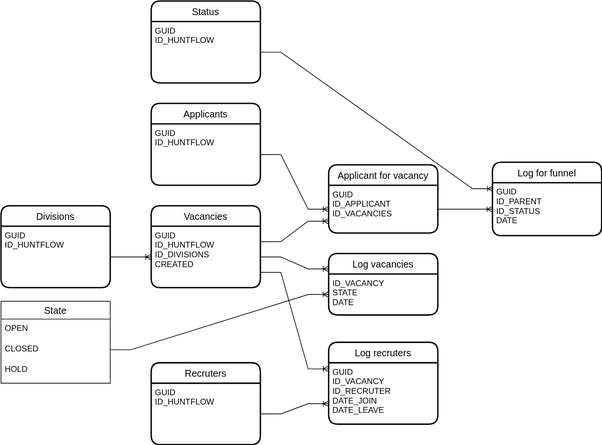
Earlier version of the draw.io export er.drawio.svg (Rikanda/for_admitad). Source tidied: cells renumbered, new cells last; positions are measured from the earlier drawing's top-left corner, leaving out a move shared by most shapes.
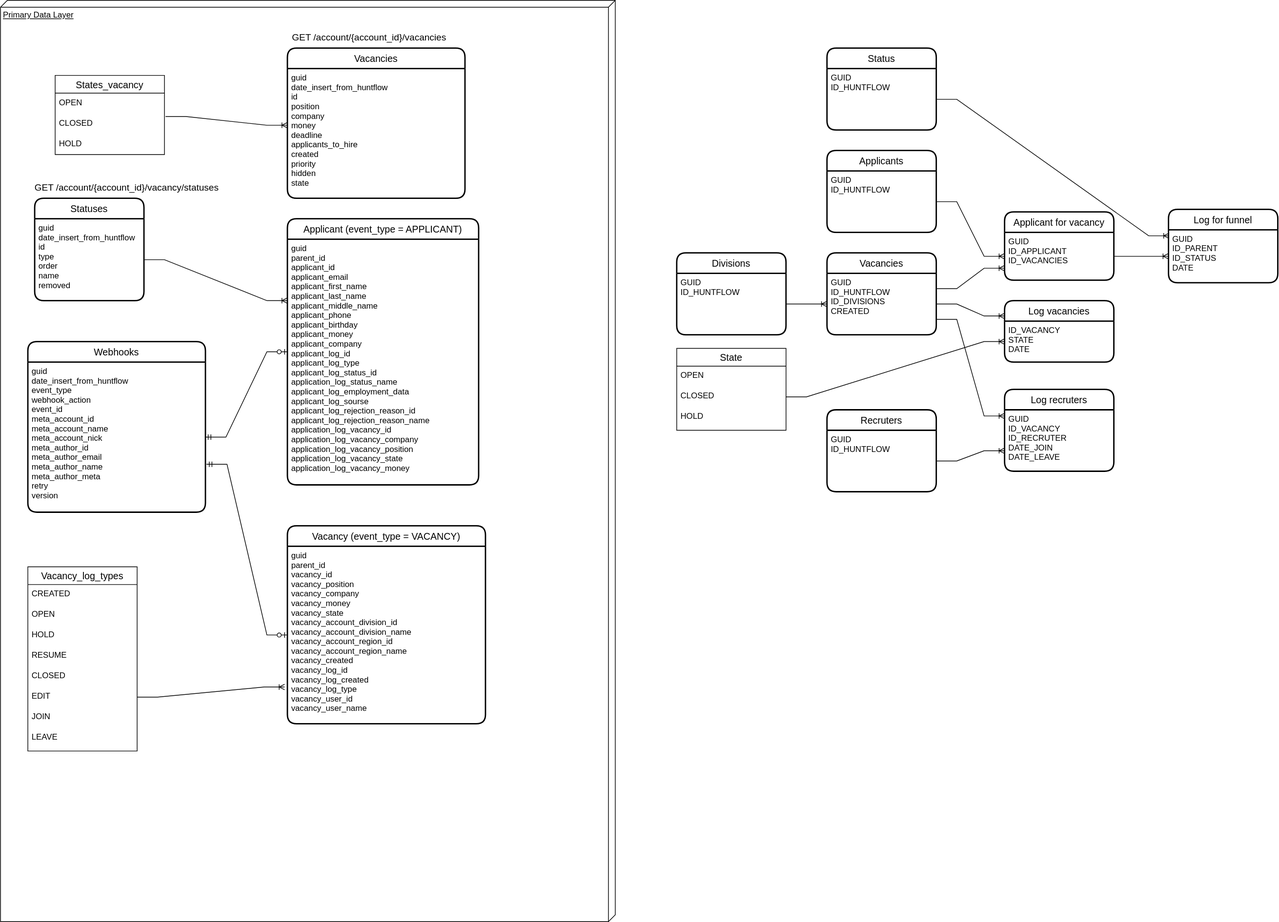
After the change.

What changed in the source:
```diff
@@ -97,5 +97,100 @@
     <mxCell id="32" style="edgeStyle=entityRelationEdgeStyle;fontSize=12;html=1;endArrow=ERoneToMany;rounded=0;exitX=1;exitY=0.5;exitDx=0;exitDy=0;entryX=0;entryY=0.5;entryDx=0;entryDy=0;" parent="1" edge="1" source="9" target="5">
       <mxGeometry relative="1" as="geometry" />
     </mxCell>
+    <mxCell id="33" value="Primary Data Layer" style="verticalAlign=top;align=left;spacingTop=8;spacingLeft=2;spacingRight=12;shape=cube;size=10;direction=south;fontStyle=4;html=1;" parent="1" vertex="1">
+      <mxGeometry x="-990" y="-70" width="900" height="1350" as="geometry" />
+    </mxCell>
+    <mxCell id="34" value="Vacancies" style="swimlane;horizontal=1;startSize=30;rounded=1;fontSize=14;fontStyle=0;strokeWidth=2;shadow=0;dashed=0;align=center;" parent="1" vertex="1">
+      <mxGeometry x="-570" width="260" height="220" as="geometry" />
+    </mxCell>
+    <mxCell id="35" value="guid&#10;date_insert_from_huntflow&#10;id&#10;position&#10;company&#10;money&#10;deadline&#10;applicants_to_hire&#10;created&#10;priority&#10;hidden&#10;state&#10;&#10;" style="align=left;strokeColor=none;fillColor=none;spacingLeft=4;fontSize=12;verticalAlign=top;" parent="34" vertex="1">
+      <mxGeometry y="30" width="260" height="190" as="geometry" />
+    </mxCell>
+    <mxCell id="36" value="Webhooks" style="swimlane;horizontal=1;startSize=30;rounded=1;fontSize=14;fontStyle=0;strokeWidth=2;shadow=0;dashed=0;align=center;" parent="1" vertex="1">
+      <mxGeometry x="-950" y="430" width="260" height="250" as="geometry" />
+    </mxCell>
+    <mxCell id="37" value="guid&#10;date_insert_from_huntflow&#10;event_type&#10;webhook_action&#10;event_id&#10;meta_account_id&#10;meta_account_name&#10;meta_account_nick&#10;meta_author_id&#10;meta_author_email&#10;meta_author_name&#10;meta_author_meta&#10;retry&#10;version&#10;&#10;&#10;" style="align=left;strokeColor=none;fillColor=none;spacingLeft=4;fontSize=12;verticalAlign=top;" parent="36" vertex="1">
+      <mxGeometry y="30" width="260" height="220" as="geometry" />
+    </mxCell>
+    <mxCell id="38" value="Applicant (event_type = APPLICANT)" style="swimlane;horizontal=1;startSize=30;rounded=1;fontSize=14;fontStyle=0;strokeWidth=2;shadow=0;dashed=0;align=center;" parent="1" vertex="1">
+      <mxGeometry x="-570" y="250" width="280" height="390" as="geometry" />
+    </mxCell>
+    <mxCell id="39" value="guid&#10;parent_id&#10;applicant_id&#10;applicant_email&#10;applicant_first_name&#10;applicant_last_name&#10;applicant_middle_name&#10;applicant_phone&#10;applicant_birthday&#10;applicant_money&#10;applicant_company&#10;applicant_log_id&#10;applicant_log_type&#10;applicant_log_status_id&#10;application_log_status_name&#10;applicant_log_employment_data&#10;applicant_log_sourse&#10;applicant_log_rejection_reason_id&#10;applicant_log_rejection_reason_name&#10;application_log_vacancy_id&#10;application_log_vacancy_company&#10;application_log_vacancy_position&#10;application_log_vacancy_state&#10;application_log_vacancy_money&#10;" style="align=left;strokeColor=none;fillColor=none;spacingLeft=4;fontSize=12;verticalAlign=top;" parent="38" vertex="1">
+      <mxGeometry y="30" width="280" height="360" as="geometry" />
+    </mxCell>
+    <mxCell id="40" style="edgeStyle=entityRelationEdgeStyle;fontSize=12;html=1;endArrow=ERzeroToOne;startArrow=ERmandOne;rounded=0;entryX=0;entryY=0.5;entryDx=0;entryDy=0;" parent="1" edge="1" source="37" target="38">
+      <mxGeometry relative="1" as="geometry" />
+    </mxCell>
+    <mxCell id="41" value="Vacancy (event_type = VACANCY)" style="swimlane;horizontal=1;startSize=30;rounded=1;fontSize=14;fontStyle=0;strokeWidth=2;shadow=0;dashed=0;align=center;" parent="1" vertex="1">
+      <mxGeometry x="-570" y="700" width="290" height="290" as="geometry" />
+    </mxCell>
+    <mxCell id="42" value="guid&#10;parent_id&#10;vacancy_id&#10;vacancy_position&#10;vacancy_company&#10;vacancy_money&#10;vacancy_state&#10;vacancy_account_division_id&#10;vacancy_account_division_name&#10;vacancy_account_region_id&#10;vacancy_account_region_name&#10;vacancy_created&#10;vacancy_log_id&#10;vacancy_log_created&#10;vacancy_log_type&#10;vacancy_user_id&#10;vacancy_user_name" style="align=left;strokeColor=none;fillColor=none;spacingLeft=4;fontSize=12;verticalAlign=top;" parent="41" vertex="1">
+      <mxGeometry y="30" width="290" height="260" as="geometry" />
+    </mxCell>
+    <mxCell id="43" style="edgeStyle=entityRelationEdgeStyle;fontSize=12;html=1;endArrow=ERzeroToOne;startArrow=ERmandOne;rounded=0;exitX=1.006;exitY=0.681;exitDx=0;exitDy=0;exitPerimeter=0;" parent="1" edge="1" source="37" target="42">
+      <mxGeometry relative="1" as="geometry" />
+    </mxCell>
+    <mxCell id="44" value="Vacancy_log_types" style="swimlane;fontStyle=0;horizontal=1;startSize=26;align=center;fontSize=14;" parent="1" vertex="1">
+      <mxGeometry x="-950" y="760" width="160" height="270" as="geometry" />
+    </mxCell>
+    <mxCell id="45" value="CREATED" style="text;strokeColor=none;fillColor=none;spacingLeft=4;spacingRight=4;overflow=hidden;fontSize=12;" parent="44" vertex="1">
+      <mxGeometry y="26" width="160" height="30" as="geometry" />
+    </mxCell>
+    <mxCell id="46" value="OPEN" style="text;strokeColor=none;fillColor=none;spacingLeft=4;spacingRight=4;overflow=hidden;fontSize=12;" parent="44" vertex="1">
+      <mxGeometry y="56" width="160" height="30" as="geometry" />
+    </mxCell>
+    <mxCell id="47" value="HOLD" style="text;strokeColor=none;fillColor=none;spacingLeft=4;spacingRight=4;overflow=hidden;fontSize=12;" parent="44" vertex="1">
+      <mxGeometry y="86" width="160" height="30" as="geometry" />
+    </mxCell>
+    <mxCell id="48" value="RESUME" style="text;strokeColor=none;fillColor=none;spacingLeft=4;spacingRight=4;overflow=hidden;fontSize=12;" parent="44" vertex="1">
+      <mxGeometry y="116" width="160" height="30" as="geometry" />
+    </mxCell>
+    <mxCell id="49" value="CLOSED" style="text;strokeColor=none;fillColor=none;spacingLeft=4;spacingRight=4;overflow=hidden;fontSize=12;" parent="44" vertex="1">
+      <mxGeometry y="146" width="160" height="30" as="geometry" />
+    </mxCell>
+    <mxCell id="50" value="EDIT" style="text;strokeColor=none;fillColor=none;spacingLeft=4;spacingRight=4;overflow=hidden;points=[[0,0.5],[1,0.5]];portConstraint=eastwest;fontSize=12;" parent="44" vertex="1">
+      <mxGeometry y="176" width="160" height="30" as="geometry" />
+    </mxCell>
+    <mxCell id="51" value="JOIN" style="text;strokeColor=none;fillColor=none;spacingLeft=4;spacingRight=4;overflow=hidden;fontSize=12;" parent="44" vertex="1">
+      <mxGeometry y="206" width="160" height="30" as="geometry" />
+    </mxCell>
+    <mxCell id="52" value="LEAVE" style="text;strokeColor=none;fillColor=none;spacingLeft=4;spacingRight=4;overflow=hidden;fontSize=12;" parent="44" vertex="1">
+      <mxGeometry y="236" width="160" height="34" as="geometry" />
+    </mxCell>
+    <mxCell id="53" style="edgeStyle=entityRelationEdgeStyle;fontSize=12;html=1;endArrow=ERoneToMany;rounded=0;exitX=1;exitY=0.5;exitDx=0;exitDy=0;entryX=-0.014;entryY=0.793;entryDx=0;entryDy=0;entryPerimeter=0;" parent="1" edge="1" source="50" target="42">
+      <mxGeometry relative="1" as="geometry" />
+    </mxCell>
+    <mxCell id="54" value="Statuses" style="swimlane;horizontal=1;startSize=30;rounded=1;fontSize=14;fontStyle=0;strokeWidth=2;shadow=0;dashed=0;align=center;" parent="1" vertex="1">
+      <mxGeometry x="-940" y="220" width="160" height="150" as="geometry" />
+    </mxCell>
+    <mxCell id="55" value="guid&#10;date_insert_from_huntflow&#10;id&#10;type&#10;order&#10;name&#10;removed" style="align=left;strokeColor=none;fillColor=none;spacingLeft=4;fontSize=12;verticalAlign=top;" parent="54" vertex="1">
+      <mxGeometry y="30" width="160" height="120" as="geometry" />
+    </mxCell>
+    <mxCell id="56" value="&lt;span style=&quot;font-size: 13.6px ; background-color: rgb(255 , 255 , 255)&quot;&gt;GET /account/{account_id}/vacancy/statuses&lt;/span&gt;" style="text;html=1;strokeColor=none;fillColor=none;align=center;verticalAlign=middle;whiteSpace=wrap;rounded=0;" parent="1" vertex="1">
+      <mxGeometry x="-980" y="190" width="350" height="30" as="geometry" />
+    </mxCell>
+    <mxCell id="57" style="edgeStyle=entityRelationEdgeStyle;fontSize=12;html=1;endArrow=ERoneToMany;rounded=0;exitX=1;exitY=0.5;exitDx=0;exitDy=0;entryX=0;entryY=0.25;entryDx=0;entryDy=0;" parent="1" edge="1" source="55" target="39">
+      <mxGeometry relative="1" as="geometry" />
+    </mxCell>
+    <mxCell id="58" value="&lt;span style=&quot;font-family: , , &amp;#34;sf mono&amp;#34; , &amp;#34;menlo&amp;#34; , &amp;#34;consolas&amp;#34; , &amp;#34;liberation mono&amp;#34; , monospace ; font-size: 13.6px ; background-color: rgb(255 , 255 , 255)&quot;&gt;GET /account/{account_id}/vacancies&lt;/span&gt;" style="text;html=1;strokeColor=none;fillColor=none;align=center;verticalAlign=middle;whiteSpace=wrap;rounded=0;labelBackgroundColor=#FFFFFF;fontColor=#000000;" parent="1" vertex="1">
+      <mxGeometry x="-575" y="-30" width="250" height="30" as="geometry" />
+    </mxCell>
+    <mxCell id="59" value="States_vacancy" style="swimlane;fontStyle=0;horizontal=1;startSize=26;align=center;fontSize=14;labelBackgroundColor=#FFFFFF;fontColor=#000000;" parent="1" vertex="1">
+      <mxGeometry x="-910" y="40" width="160" height="116" as="geometry" />
+    </mxCell>
+    <mxCell id="60" value="OPEN" style="text;strokeColor=none;fillColor=none;spacingLeft=4;spacingRight=4;overflow=hidden;fontSize=12;labelBackgroundColor=#FFFFFF;fontColor=#000000;" parent="59" vertex="1">
+      <mxGeometry y="26" width="160" height="30" as="geometry" />
+    </mxCell>
+    <mxCell id="61" value="CLOSED" style="text;strokeColor=none;fillColor=none;spacingLeft=4;spacingRight=4;overflow=hidden;points=[[0,0.5],[1,0.5]];portConstraint=eastwest;fontSize=12;labelBackgroundColor=#FFFFFF;fontColor=#000000;" parent="59" vertex="1">
+      <mxGeometry y="56" width="160" height="30" as="geometry" />
+    </mxCell>
+    <mxCell id="62" value="HOLD" style="text;strokeColor=none;fillColor=none;spacingLeft=4;spacingRight=4;overflow=hidden;fontSize=12;labelBackgroundColor=#FFFFFF;fontColor=#000000;" parent="59" vertex="1">
+      <mxGeometry y="86" width="160" height="30" as="geometry" />
+    </mxCell>
+    <mxCell id="63" style="edgeStyle=entityRelationEdgeStyle;fontSize=12;html=1;endArrow=ERoneToMany;rounded=0;exitX=1.01;exitY=0.14;exitDx=0;exitDy=0;exitPerimeter=0;" parent="1" edge="1" source="61">
+      <mxGeometry relative="1" as="geometry">
+        <mxPoint x="-570" y="113" as="targetPoint" />
+      </mxGeometry>
+    </mxCell>
   </root>
 </mxGraphModel>
```
